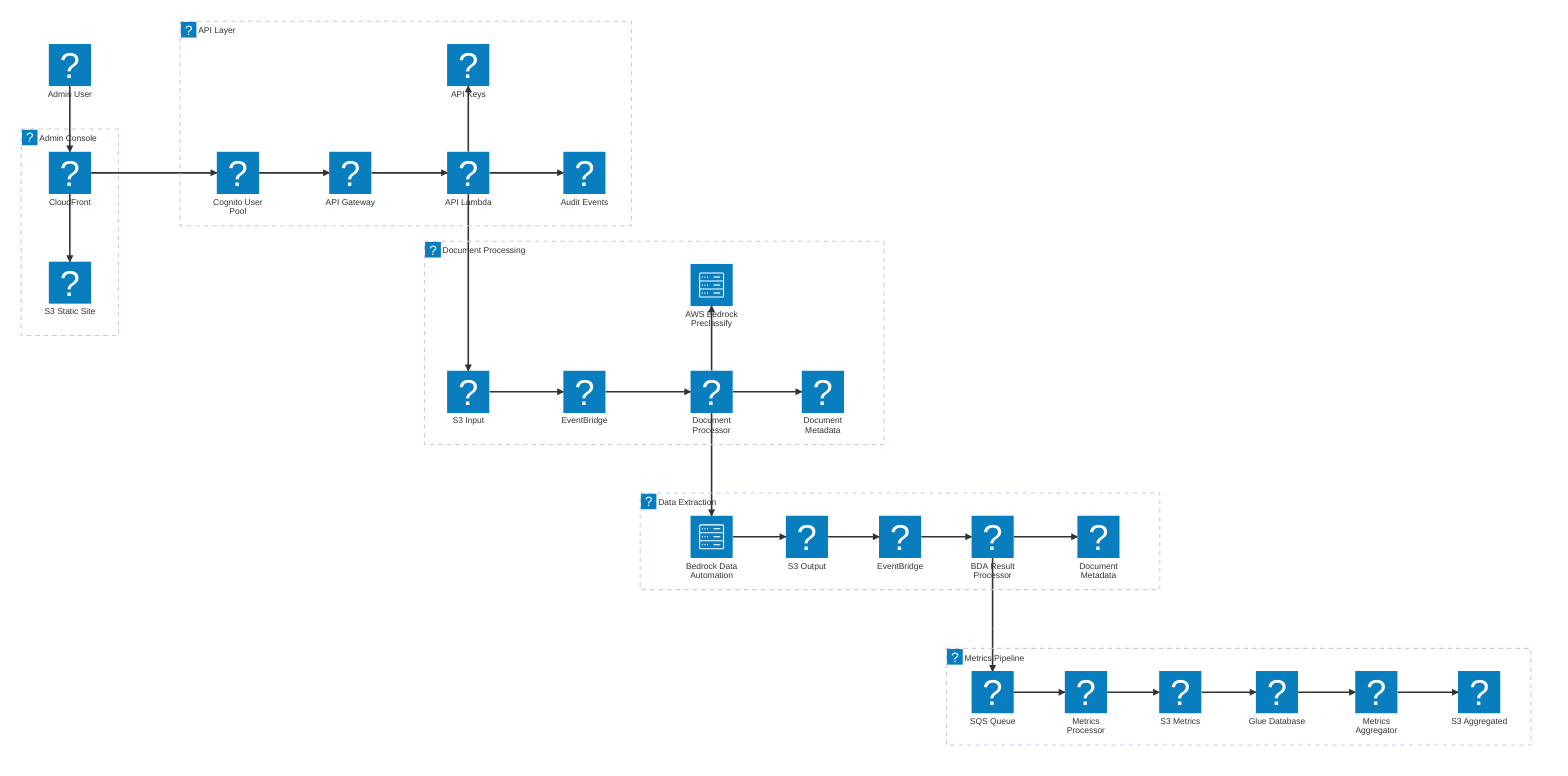
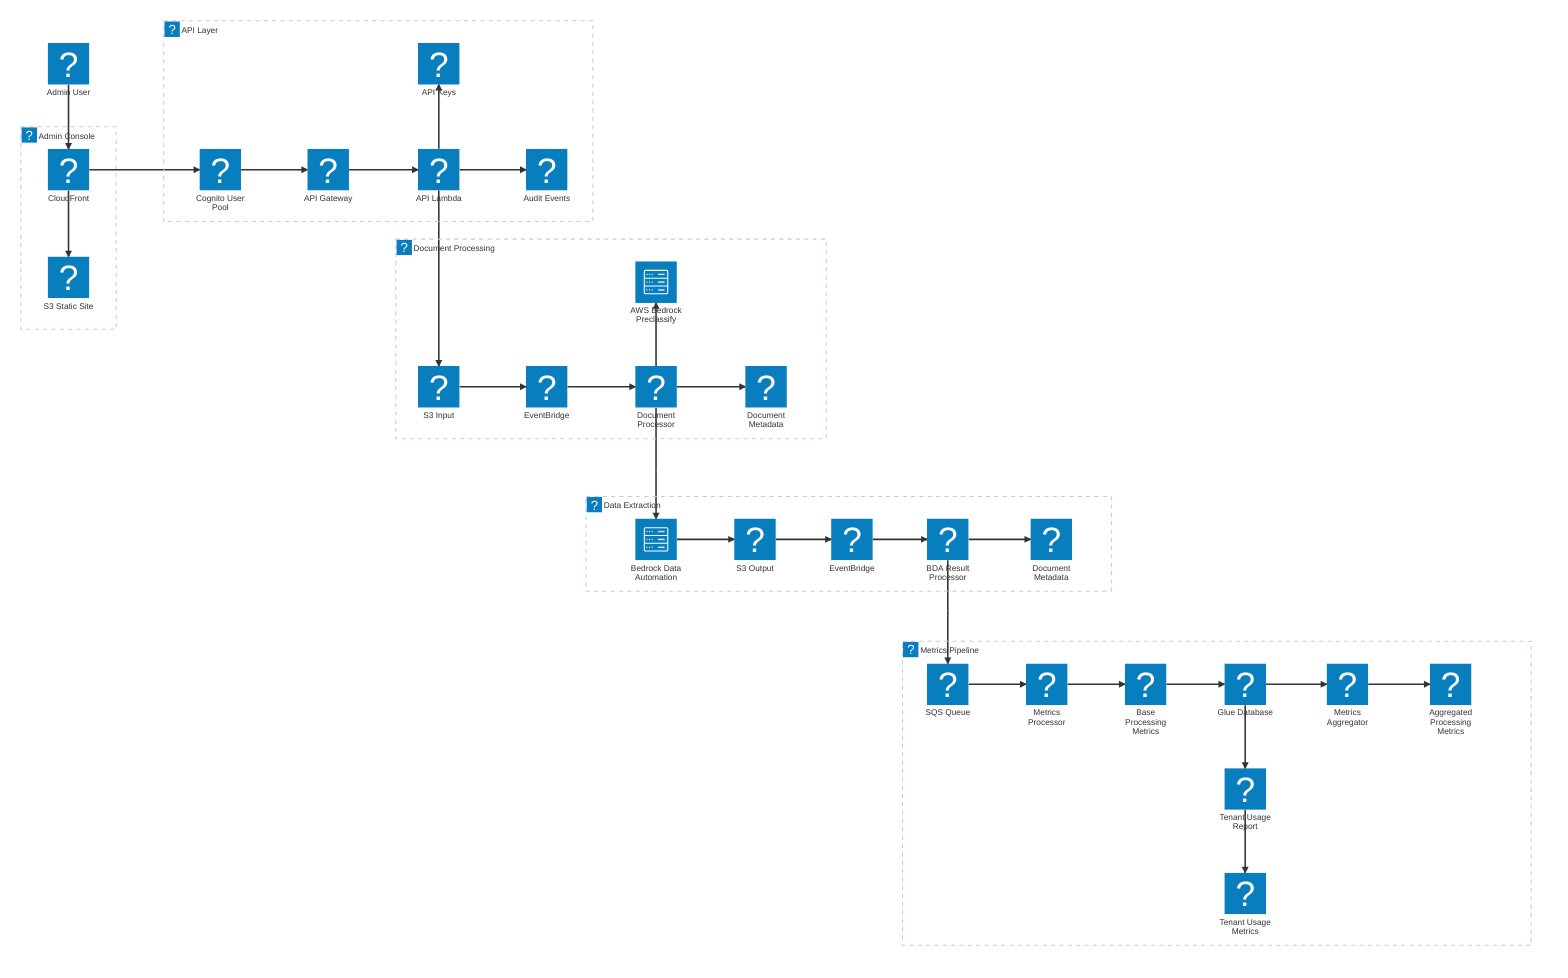
architecture-beta
  %% Groups
  group admin(logos:aws-cloudfront)[Admin Console]
  group api(logos:aws-vpc)[API Layer]
  group processing(logos:aws-vpc)[Document Processing]
  group data-extraction(logos:aws-vpc)[Data Extraction]
  group metrics(logos:aws-vpc)[Metrics Pipeline]

  %% Admin
  %% NOTE: 'material-symbols' requires external JSON injection.
-   %% The users icon render as a '?' inside the native VS Code preview window,
-   %% but generates perfectly centered 1:1 square nodes when compiled via 'make'.
+   %% The material-symbols:manage-accounts icon render as a '?' inside the native
+   %% VS Code preview window, but generates perfectly centered 1:1 square nodes
+   %% when generated via 'make'.
  service user(material-symbols:manage-accounts)[Admin User]
  service cloudfront(logos:aws-cloudfront)[CloudFront] in admin
  service s3ui(logos:aws-s3)[S3 Static Site] in admin

  %% API Layer
  service cognito(logos:aws-cognito)[Cognito User Pool] in api
  service apigw(logos:aws-api-gateway)[API Gateway] in api
  service api-lambda(logos:aws-lambda)[API Lambda] in api
  service ddb-apikeys(logos:aws-dynamodb)[API Keys] in api
  service ddb-audit(logos:aws-dynamodb)[Audit Events] in api

  %% Document Processing
  service s3input(logos:aws-s3)[S3 Input] in processing
  service eventbridge1(logos:aws-eventbridge)[EventBridge] in processing
  service document-processor(logos:aws-lambda)[Document Processor] in processing
  service ddb(logos:aws-dynamodb)[Document Metadata] in processing
  service bedrock-preclassify(server)[AWS Bedrock Preclassify] in processing

  %% Data Extraction
  service bedrock(server)[Bedrock Data Automation] in data-extraction
  service s3output(logos:aws-s3)[S3 Output] in data-extraction
  service eventbridge2(logos:aws-eventbridge)[EventBridge] in data-extraction
  service bda-result-processor(logos:aws-lambda)[BDA Result Processor] in data-extraction
  service ddb2(logos:aws-dynamodb)[Document Metadata] in data-extraction

  %% Metrics Pipeline
  service sqs(logos:aws-sqs)[SQS Queue] in metrics
  service metrics-processor(logos:aws-lambda)[Metrics Processor] in metrics
-   service s3metrics(logos:aws-s3)[S3 Metrics] in metrics
+   service s3-base-metrics(logos:aws-s3)[Base Processing Metrics] in metrics
  service glue(logos:aws-glue)[Glue Database] in metrics
  service metrics-aggregator(logos:aws-lambda)[Metrics Aggregator] in metrics
-   service s3aggregated(logos:aws-s3)[S3 Aggregated] in metrics
+   service s3-agg-metrics(logos:aws-s3)[Aggregated Processing Metrics] in metrics
+   service tenant-schedule(logos:aws-lambda)[Tenant Usage Report] in metrics
+   service s3-tenant-usage-metrics(logos:aws-s3)[Tenant Usage Metrics] in metrics

  %% Admin flow
  user:B --> T:cloudfront
  cloudfront:B --> T:s3ui
  cloudfront:R --> L:cognito

  %% API flow
  cognito:R --> L:apigw
  apigw:R --> L:api-lambda
  api-lambda:T --> B:ddb-apikeys
  api-lambda:R --> L:ddb-audit
  api-lambda:B --> T:s3input

  %% Processing flow
  s3input:R --> L:eventbridge1
  eventbridge1:R --> L:document-processor
  document-processor:T --> B:bedrock-preclassify
  document-processor:R --> L:ddb
  %% force mermaid chart to render adequate space between groups by using a junction
  document-processor:B -- T:processing-junc1
  junction processing-junc1
  processing-junc1:B --> T:bedrock

  %% Extraction flow
  bedrock:R --> L:s3output
  s3output:R --> L:eventbridge2
  eventbridge2:R --> L:bda-result-processor
  bda-result-processor:R --> L:ddb2
  %% force mermaid chart to render adequate space between groups by using a junction
  bda-result-processor:B -- T:extract-junc1
  junction extract-junc1
  extract-junc1:B --> T:sqs

  %% Metrics flow
  sqs:R --> L:metrics-processor
-   metrics-processor:R --> L:s3metrics
-   s3metrics:R --> L:glue
+   metrics-processor:R --> L:s3-base-metrics
+   s3-base-metrics:R --> L:glue
  glue:R --> L:metrics-aggregator
-   metrics-aggregator:R --> L:s3aggregated
+   metrics-aggregator:R --> L:s3-agg-metrics
+   glue:B --> T:tenant-schedule
+   tenant-schedule:B --> T:s3-tenant-usage-metrics
